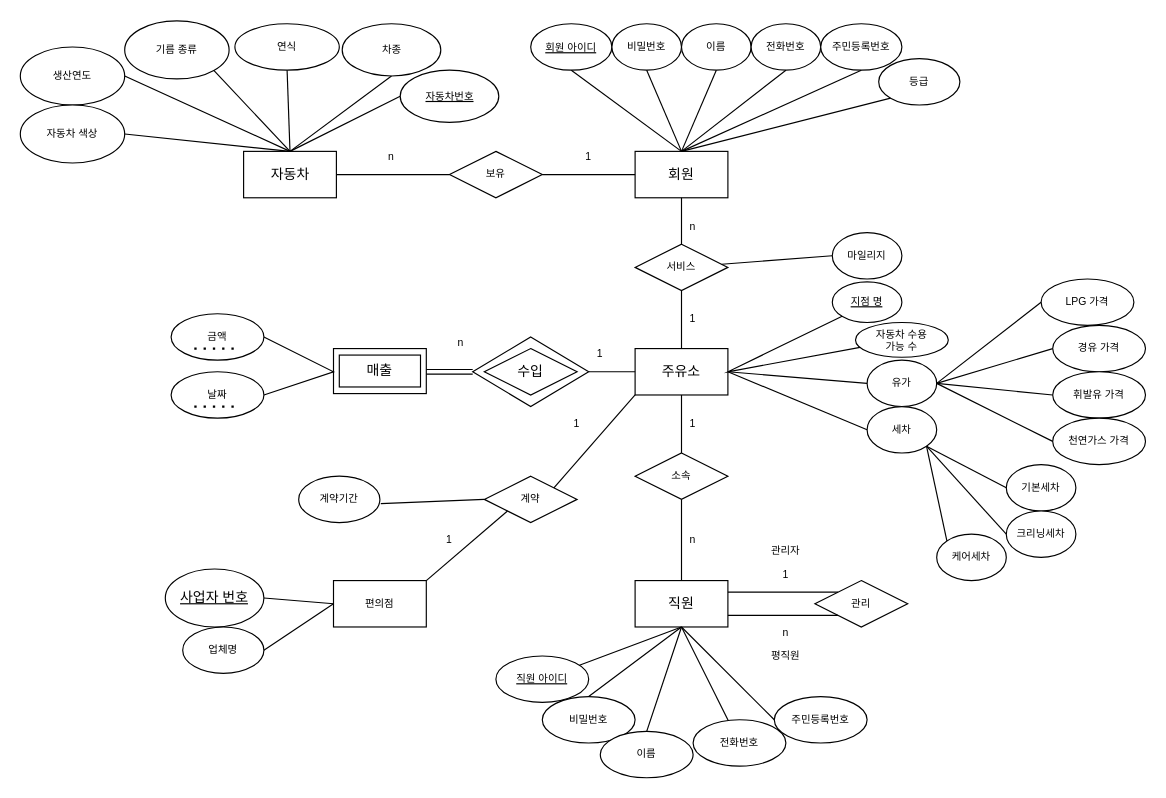
Earlier version of the draw.io diagram Untitled Diagram.drawio (junki1912/DataBase_base). Source tidied: cells renumbered, new cells numbered last; positions are measured from the earlier drawing's top-left corner, leaving out a move shared by most shapes. Both pictures are drawn from the tidied source at 116%, with x=0, y=0 at pixel (20, 21).
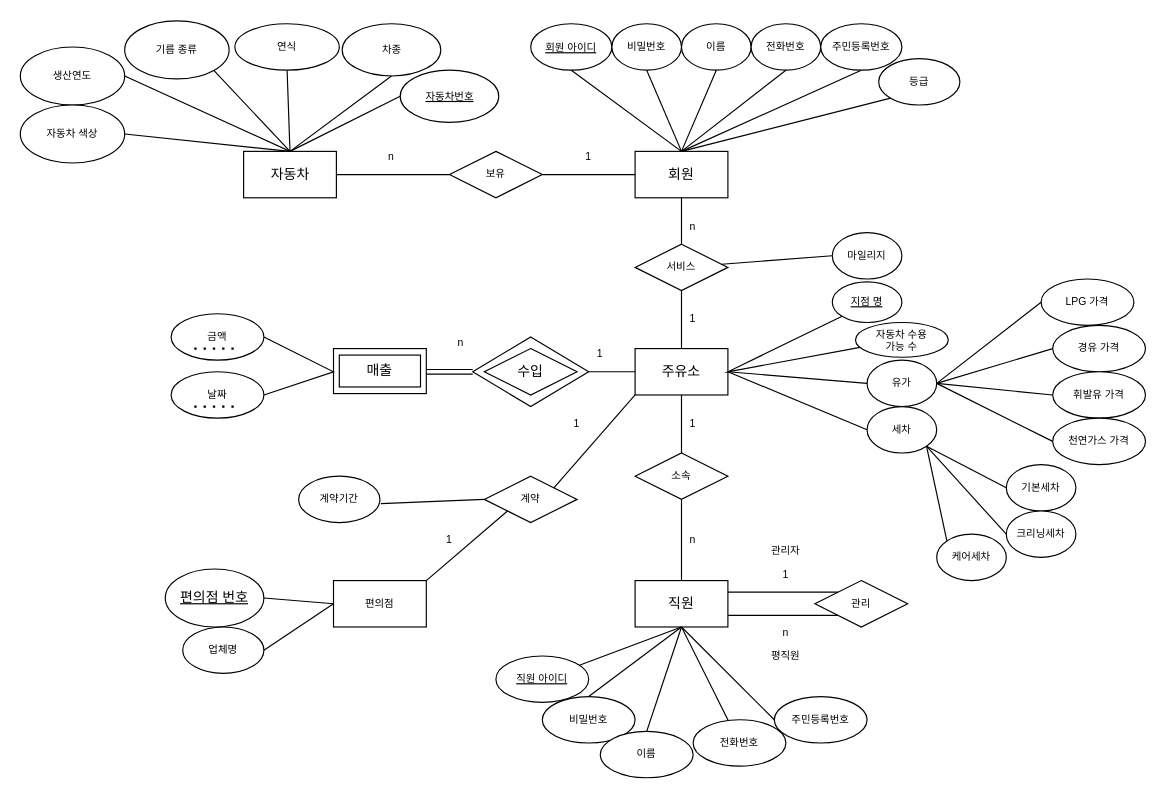
The same diagram, later.

What changed in the source:
```diff
@@
-    <mxCell id="108" value="&lt;u&gt;사업자 번호&lt;/u&gt;" style="ellipse;whiteSpace=wrap;html=1;" parent="1" vertex="1">
+    <mxCell id="108" value="&lt;u&gt;편의점 번호&lt;/u&gt;" style="ellipse;whiteSpace=wrap;html=1;" parent="1" vertex="1">
       <mxGeometry x="125" y="472" width="85" height="50" as="geometry" />
     </mxCell>
```
